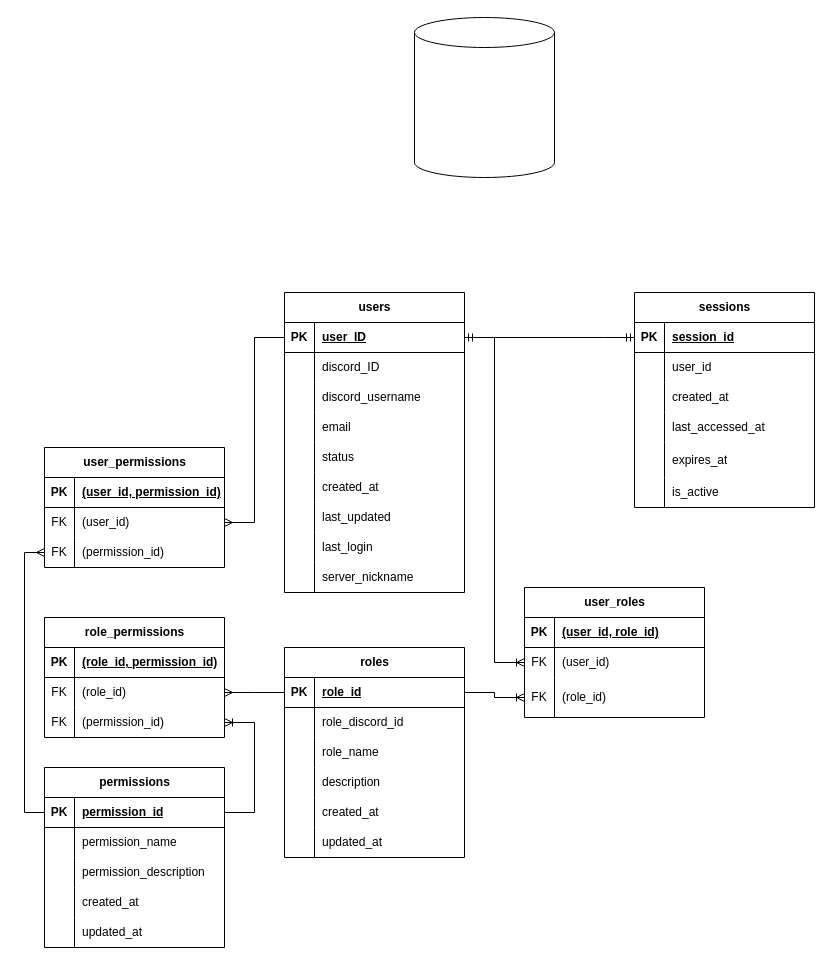
This is docs/naja_auth_tables.drawio from OMTut/naja_admin, a draw.io file, before an edit. Source tidied: cells renumbered, new cells numbered last; positions are measured from the earlier drawing's top-left corner, leaving out a move shared by most shapes. Both pictures are drawn from the tidied source at 100%, with x=0, y=0 at pixel (-266, 17).
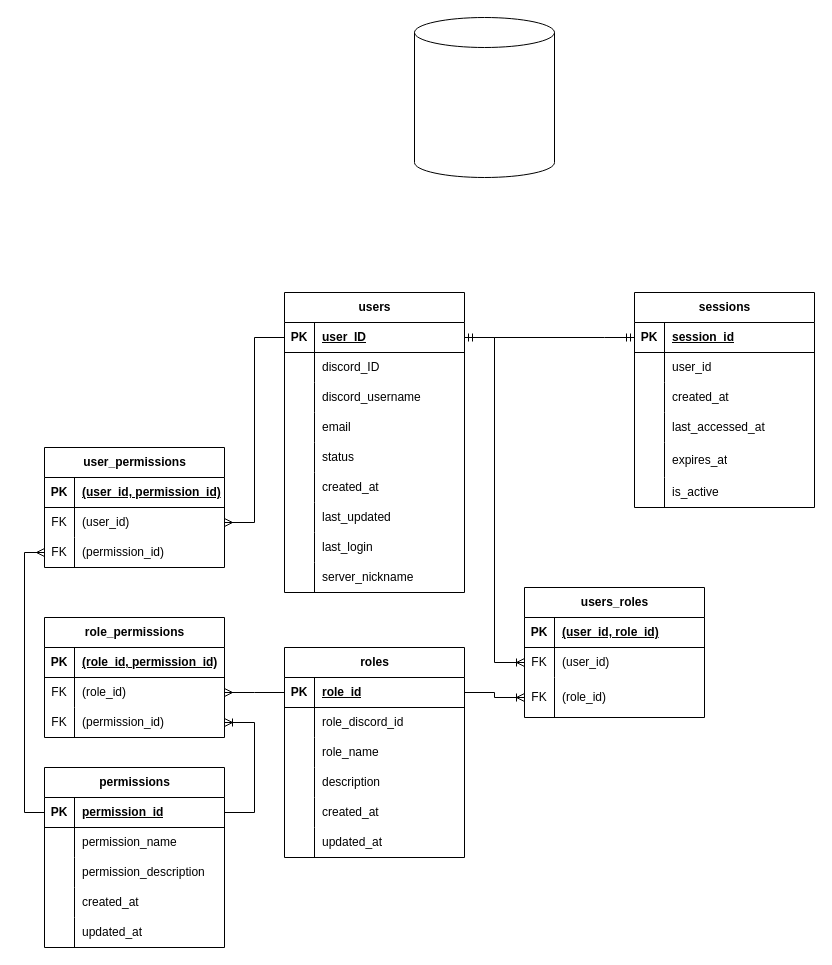
Above is the later version.

Commit message:
docs- updated auth tables

What changed in the source:
```diff
@@
-    <mxCell id="69" value="user_roles" style="shape=table;startSize=30;childLayout=tableLayout;rowLines=0;fontStyle=1;align=center;html=1;strokeColor=default;" parent="1" vertex="1">
+    <mxCell id="69" value="users_roles" style="shape=table;startSize=30;childLayout=tableLayout;rowLines=0;fontStyle=1;align=center;html=1;strokeColor=default;" parent="1" vertex="1">
       <mxGeometry x="790" y="570" width="180" height="130" as="geometry" />
     </mxCell>
```
